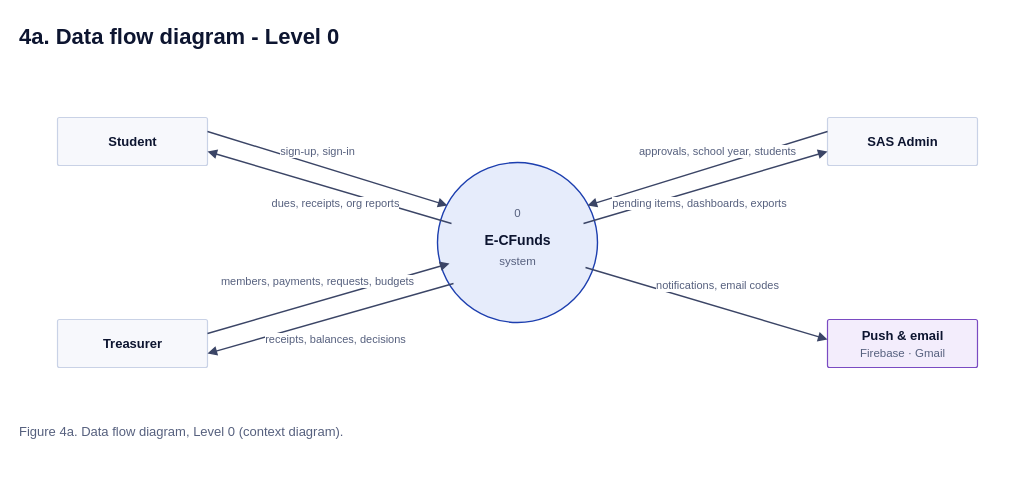
Above: page "4a. Data flow diagram - Level 0" (4 of 8) of docs/diagrams/E-CFunds-System-Diagrams-editable.drawio in ramosneil/E-CFunds (draw.io), before the change. Source tidied: cells renumbered, new cells numbered last; positions are measured from the earlier drawing's top-left corner, leaving out a move shared by most shapes. Both pictures are drawn from the tidied source at 100%, with x=0, y=0 at pixel (17, 17).
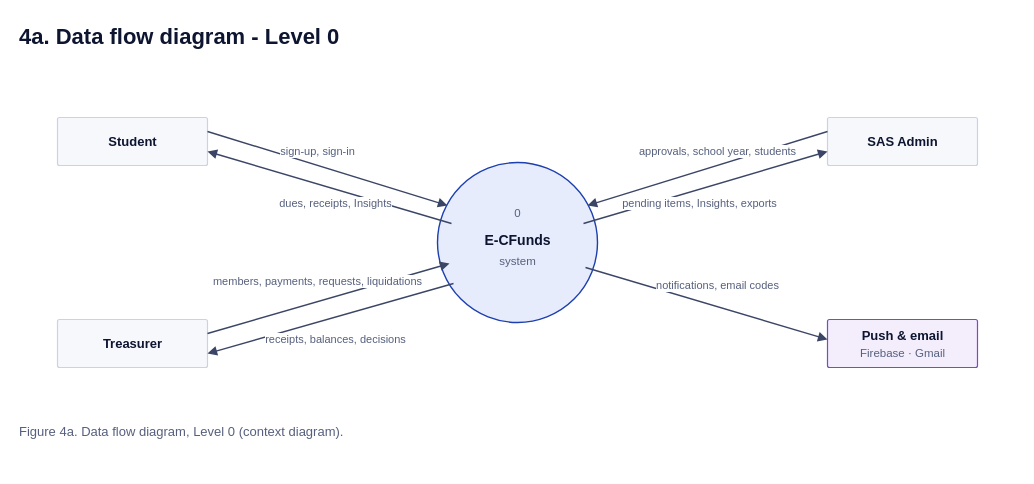
Above is the later version.

What changed in the source:
```diff
@@
-    <mxCell id="19" value="dues, receipts, org reports" style="text;html=1;whiteSpace=nowrap;spacing=0;spacingLeft=0;spacingRight=0;verticalAlign=middle;align=center;fontFamily=Helvetica;fontSize=11.0;fontColor=#56607E;fontStyle=0;labelBackgroundColor=#FFFFFF;" parent="1" vertex="1">
-      <mxGeometry x="225.9" y="177.9" width="184.2" height="16.5" as="geometry" />
+    <mxCell id="19" value="dues, receipts, Insights" style="text;html=1;whiteSpace=nowrap;spacing=0;spacingLeft=0;spacingRight=0;verticalAlign=middle;align=center;fontFamily=Helvetica;fontSize=11.0;fontColor=#56607E;fontStyle=0;labelBackgroundColor=#FFFFFF;" parent="1" vertex="1">
+      <mxGeometry x="235.8" y="177.9" width="164.4" height="16.5" as="geometry" />
     </mxCell>
@@
-    <mxCell id="21" value="members, payments, requests, budgets" style="text;html=1;whiteSpace=nowrap;spacing=0;spacingLeft=0;spacingRight=0;verticalAlign=middle;align=center;fontFamily=Helvetica;fontSize=11.0;fontColor=#56607E;fontStyle=0;labelBackgroundColor=#FFFFFF;" parent="1" vertex="1">
-      <mxGeometry x="178.2" y="255.9" width="243.6" height="16.5" as="geometry" />
+    <mxCell id="21" value="members, payments, requests, liquidations" style="text;html=1;whiteSpace=nowrap;spacing=0;spacingLeft=0;spacingRight=0;verticalAlign=middle;align=center;fontFamily=Helvetica;fontSize=11.0;fontColor=#56607E;fontStyle=0;labelBackgroundColor=#FFFFFF;" parent="1" vertex="1">
+      <mxGeometry x="161.7" y="255.9" width="276.6" height="16.5" as="geometry" />
     </mxCell>
@@
-    <mxCell id="27" value="pending items, dashboards, exports" style="text;html=1;whiteSpace=nowrap;spacing=0;spacingLeft=0;spacingRight=0;verticalAlign=middle;align=center;fontFamily=Helvetica;fontSize=11.0;fontColor=#56607E;fontStyle=0;labelBackgroundColor=#FFFFFF;" parent="1" vertex="1">
-      <mxGeometry x="566.8" y="177.9" width="230.4" height="16.5" as="geometry" />
+    <mxCell id="27" value="pending items, Insights, exports" style="text;html=1;whiteSpace=nowrap;spacing=0;spacingLeft=0;spacingRight=0;verticalAlign=middle;align=center;fontFamily=Helvetica;fontSize=11.0;fontColor=#56607E;fontStyle=0;labelBackgroundColor=#FFFFFF;" parent="1" vertex="1">
+      <mxGeometry x="573.4" y="177.9" width="217.2" height="16.5" as="geometry" />
     </mxCell>
```
